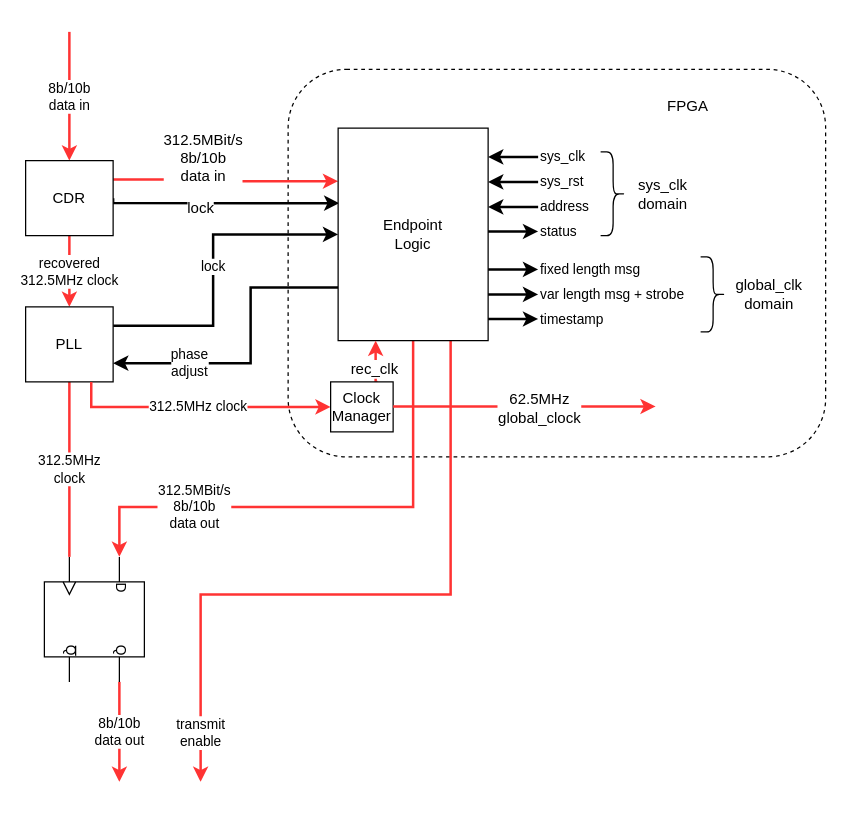
DavidCussans/DUNE-_iming_System_Protocol_PDTS_Protocol keeps this draw.io diagram as timing_endpoint_block.drawio. Above is the earlier version. Source tidied: cells renumbered, new cells numbered last; positions are measured from the earlier drawing's top-left corner, leaving out a move shared by most shapes. Both pictures are drawn from the tidied source at 125%, with x=0, y=0 at pixel (25, 31).
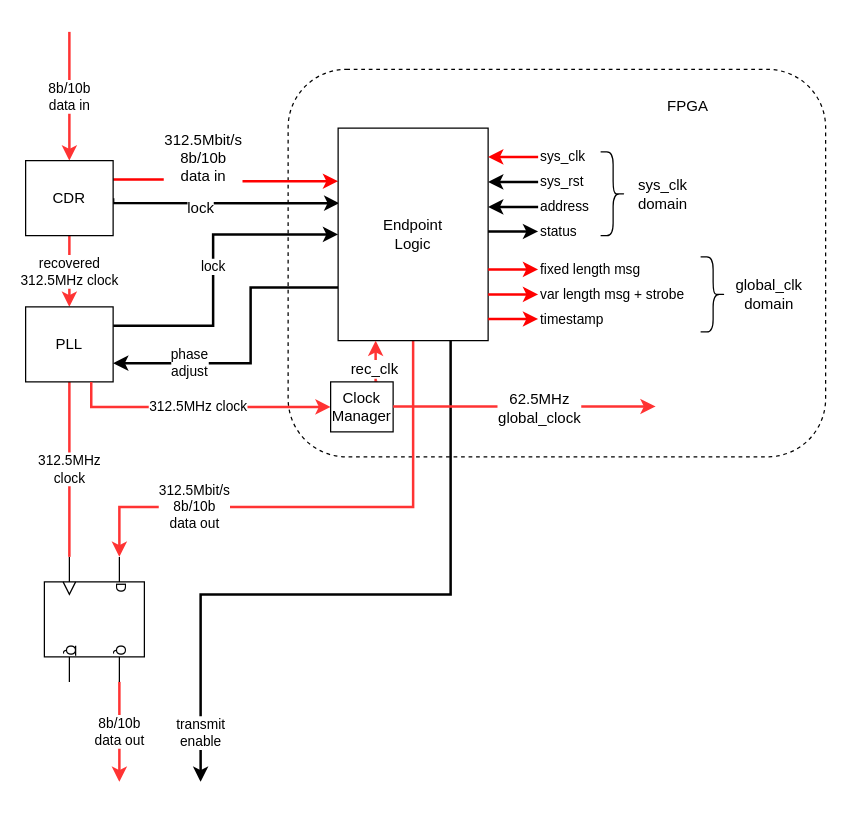
The same page after the edit.

Commit message (it also covers changes not shown here):
Moved endpoint definition to firmware doc.

Unchanged cells that the change refers to:
```xml
<mxCell id="10" value="CDR" style="rounded=0;whiteSpace=wrap;html=1;" parent="1" vertex="1">
  <mxGeometry y="103" width="70" height="60" as="geometry" />
</mxCell>
<mxCell id="15" style="verticalLabelPosition=bottom;shadow=0;dashed=0;align=center;html=1;verticalAlign=top;shape=mxgraph.electrical.logic_gates.d_type_flip-flop;rotation=90;" parent="1" vertex="1">
  <mxGeometry x="5" y="430" width="100" height="80" as="geometry" />
</mxCell>
<mxCell id="19" value="&lt;div&gt;Endpoint&lt;/div&gt;&lt;div&gt;Logic&lt;br&gt;&lt;/div&gt;" style="rounded=0;whiteSpace=wrap;html=1;" parent="1" vertex="1">
  <mxGeometry x="250" y="77" width="120" height="170" as="geometry" />
</mxCell>
```

Change to the diagram source:
```diff
@@
-    <mxCell id="6" style="edgeStyle=orthogonalEdgeStyle;rounded=0;jettySize=auto;html=1;exitX=1;exitY=0.25;exitDx=0;exitDy=0;entryX=0;entryY=0.25;entryDx=0;entryDy=0;startArrow=none;startFill=0;endArrow=classic;endFill=1;strokeColor=#FF3333;strokeWidth=2;" parent="1" edge="1" source="10" target="19">
+    <mxCell id="6" style="edgeStyle=orthogonalEdgeStyle;rounded=0;jettySize=auto;html=1;exitX=1;exitY=0.25;exitDx=0;exitDy=0;entryX=0;entryY=0.25;entryDx=0;entryDy=0;startArrow=none;startFill=0;endArrow=classic;endFill=1;strokeColor=#FF0000;strokeWidth=2;" parent="1" edge="1" source="10" target="19">
       <mxGeometry relative="1" as="geometry" />
     </mxCell>
-    <mxCell id="7" value="&lt;div&gt;312.5MBit/s&lt;/div&gt;&lt;div&gt;8b/10b&lt;/div&gt;&lt;div&gt;data in&lt;/div&gt;" style="text;html=1;align=center;verticalAlign=middle;labelBackgroundColor=#ffffff;" parent="6" vertex="1">
+    <mxCell id="7" value="&lt;div&gt;312.5Mbit/s&lt;/div&gt;&lt;div&gt;8b/10b&lt;/div&gt;&lt;div&gt;data in&lt;/div&gt;" style="text;html=1;align=center;verticalAlign=middle;labelBackgroundColor=#ffffff;" parent="6" vertex="1">
       <mxGeometry x="-0.22" y="-2" relative="1" as="geometry">
         <mxPoint y="-20" as="offset" />
       </mxGeometry>
     </mxCell>
@@
-    <mxCell id="17" value="&lt;div&gt;312.5MBit/s&lt;/div&gt;&lt;div&gt;8b/10b&lt;/div&gt;&lt;div&gt;data out&lt;br&gt;&lt;/div&gt;" style="edgeStyle=orthogonalEdgeStyle;rounded=0;jettySize=auto;html=1;exitX=0.5;exitY=1;exitDx=0;exitDy=0;entryX=0;entryY=0.25;entryDx=0;entryDy=0;entryPerimeter=0;startArrow=none;startFill=0;endArrow=classic;endFill=1;strokeColor=#FF3333;strokeWidth=2;" parent="1" edge="1" source="19" target="15">
+    <mxCell id="17" value="&lt;div&gt;312.5Mbit/s&lt;/div&gt;&lt;div&gt;8b/10b&lt;/div&gt;&lt;div&gt;data out&lt;br&gt;&lt;/div&gt;" style="edgeStyle=orthogonalEdgeStyle;rounded=0;jettySize=auto;html=1;exitX=0.5;exitY=1;exitDx=0;exitDy=0;entryX=0;entryY=0.25;entryDx=0;entryDy=0;entryPerimeter=0;startArrow=none;startFill=0;endArrow=classic;endFill=1;strokeColor=#FF3333;strokeWidth=2;" parent="1" edge="1" source="19" target="15">
       <mxGeometry x="0.51" relative="1" as="geometry">
         <Array as="points">
           <mxPoint x="310" y="380" />
           <mxPoint x="75" y="380" />
         </Array>
       </mxGeometry>
     </mxCell>
-    <mxCell id="18" value="&lt;div&gt;transmit &lt;br&gt;&lt;/div&gt;&lt;div&gt;enable&lt;/div&gt;" style="edgeStyle=orthogonalEdgeStyle;rounded=0;jettySize=auto;html=1;exitX=0.75;exitY=1;exitDx=0;exitDy=0;startArrow=none;startFill=0;endArrow=classic;endFill=1;strokeColor=#FF3333;strokeWidth=2;" parent="1" edge="1" source="19">
+    <mxCell id="18" value="&lt;div&gt;transmit &lt;br&gt;&lt;/div&gt;&lt;div&gt;enable&lt;/div&gt;" style="edgeStyle=orthogonalEdgeStyle;rounded=0;jettySize=auto;html=1;exitX=0.75;exitY=1;exitDx=0;exitDy=0;startArrow=none;startFill=0;endArrow=classic;endFill=1;strokeColor=#000000;strokeWidth=2;" parent="1" edge="1" source="19">
       <mxGeometry x="0.86" relative="1" as="geometry">
         <mxPoint x="140" y="600" as="targetPoint" />
         <Array as="points">
           <mxPoint x="340" y="450" />
           <mxPoint x="140" y="450" />
         </Array>
       </mxGeometry>
     </mxCell>
@@
-    <mxCell id="25" value="sys_clk" style="endArrow=classic;html=1;strokeColor=#000000;strokeWidth=2;align=left;" parent="1" edge="1">
+    <mxCell id="25" value="sys_clk" style="endArrow=classic;html=1;strokeColor=#FF0000;strokeWidth=2;align=left;" parent="1" edge="1">
       <mxGeometry x="-1" relative="1" as="geometry">
         <mxPoint x="410" y="100" as="sourcePoint" />
         <mxPoint x="370" y="100" as="targetPoint" />
       </mxGeometry>
     </mxCell>
@@
-    <mxCell id="29" value="fixed length msg" style="endArrow=none;html=1;strokeColor=#000000;strokeWidth=2;startArrow=classic;startFill=1;endFill=0;align=left;" parent="1" edge="1">
+    <mxCell id="29" value="fixed length msg" style="endArrow=none;html=1;strokeColor=#FF0000;strokeWidth=2;startArrow=classic;startFill=1;endFill=0;align=left;" parent="1" edge="1">
       <mxGeometry x="-1" relative="1" as="geometry">
         <mxPoint x="410" y="190" as="sourcePoint" />
         <mxPoint x="370" y="190" as="targetPoint" />
       </mxGeometry>
     </mxCell>
-    <mxCell id="30" value="var length msg + strobe" style="endArrow=none;html=1;strokeColor=#000000;strokeWidth=2;startArrow=classic;startFill=1;endFill=0;align=left;" parent="1" edge="1">
+    <mxCell id="30" value="var length msg + strobe" style="endArrow=none;html=1;strokeColor=#FF0000;strokeWidth=2;startArrow=classic;startFill=1;endFill=0;align=left;" parent="1" edge="1">
       <mxGeometry x="-1" relative="1" as="geometry">
         <mxPoint x="410" y="210" as="sourcePoint" />
         <mxPoint x="370" y="210" as="targetPoint" />
       </mxGeometry>
     </mxCell>
-    <mxCell id="31" value="timestamp" style="endArrow=none;html=1;strokeColor=#000000;strokeWidth=2;startArrow=classic;startFill=1;endFill=0;align=left;" parent="1" edge="1">
+    <mxCell id="31" value="timestamp" style="endArrow=none;html=1;strokeColor=#FF0000;strokeWidth=2;startArrow=classic;startFill=1;endFill=0;align=left;" parent="1" edge="1">
       <mxGeometry x="-1" relative="1" as="geometry">
         <mxPoint x="410" y="229.7" as="sourcePoint" />
         <mxPoint x="370" y="229.7" as="targetPoint" />
       </mxGeometry>
     </mxCell>
```
